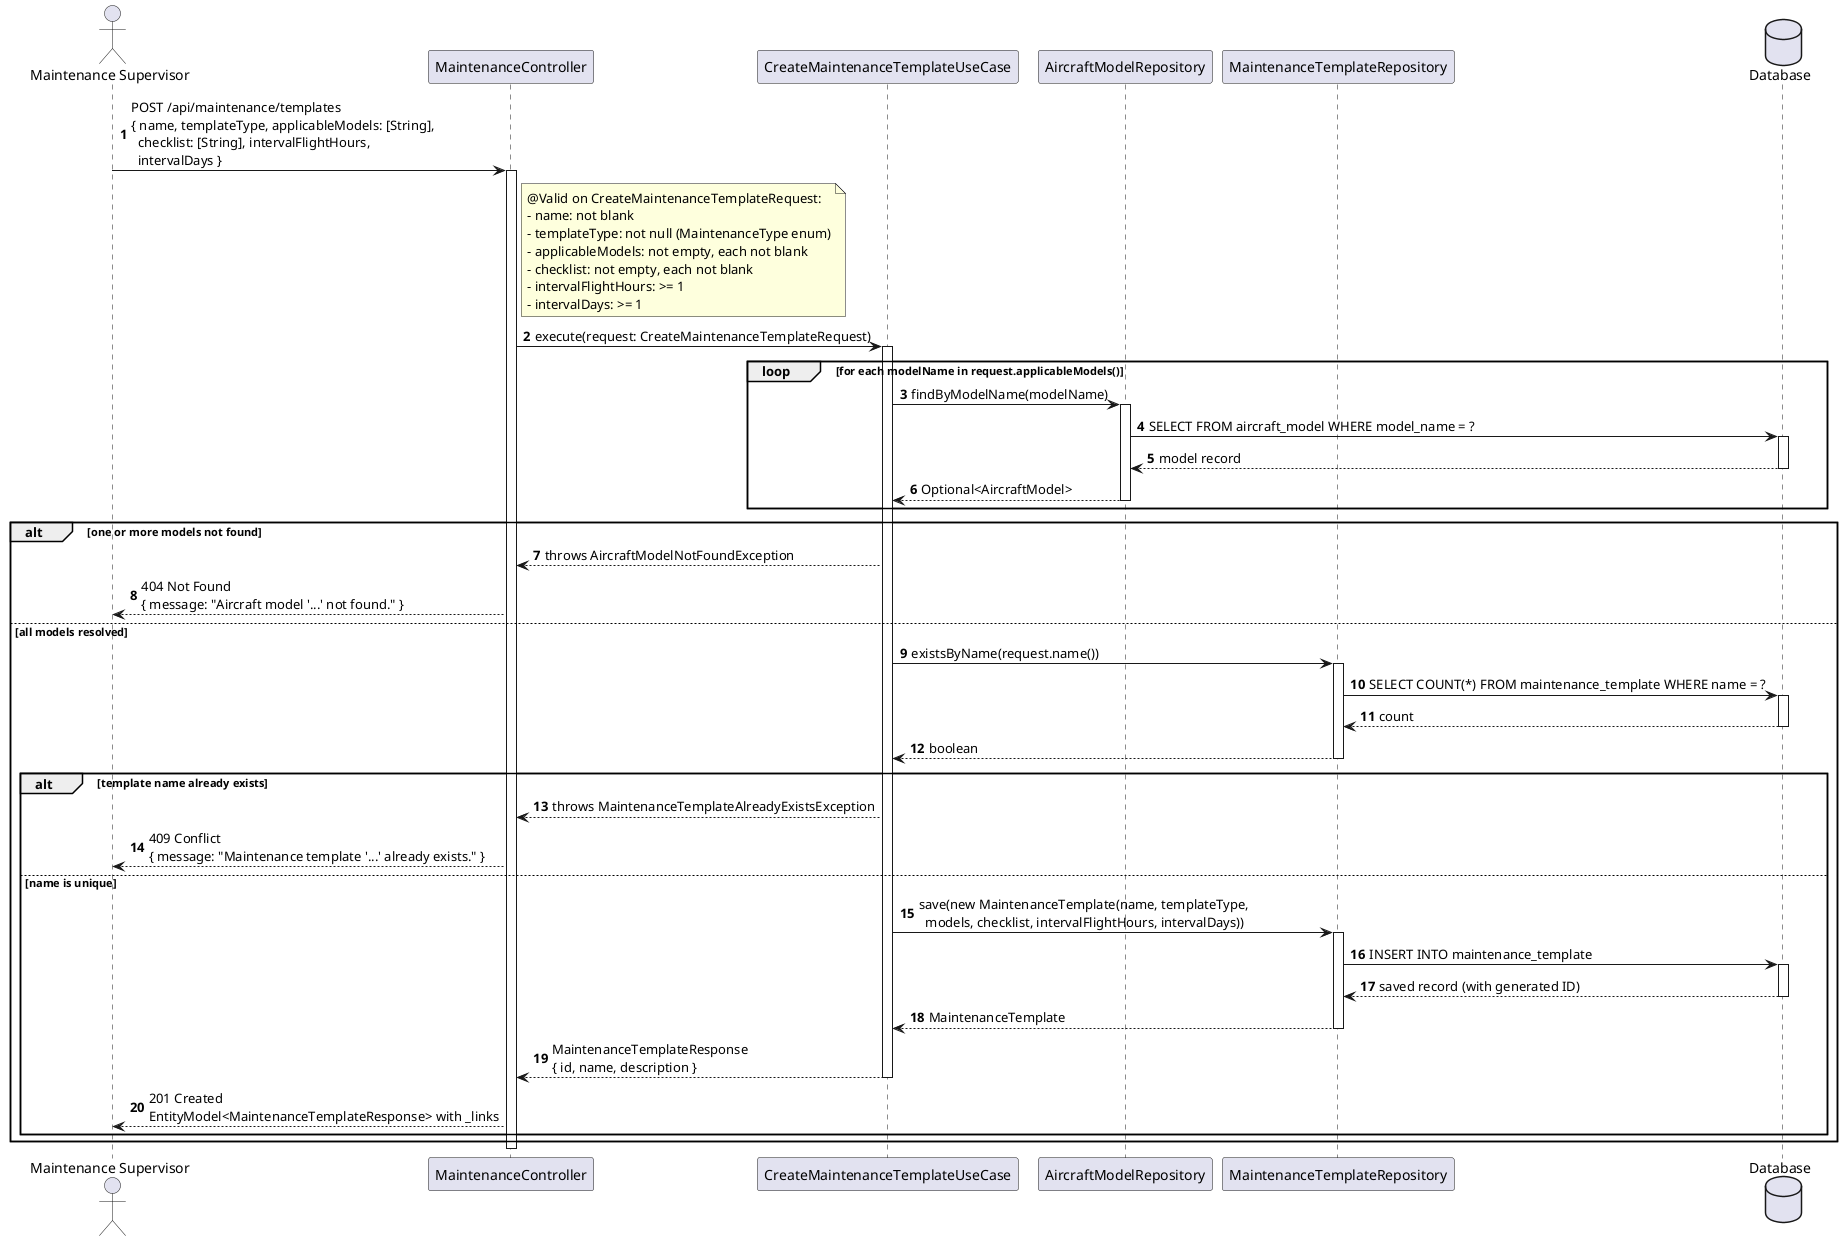
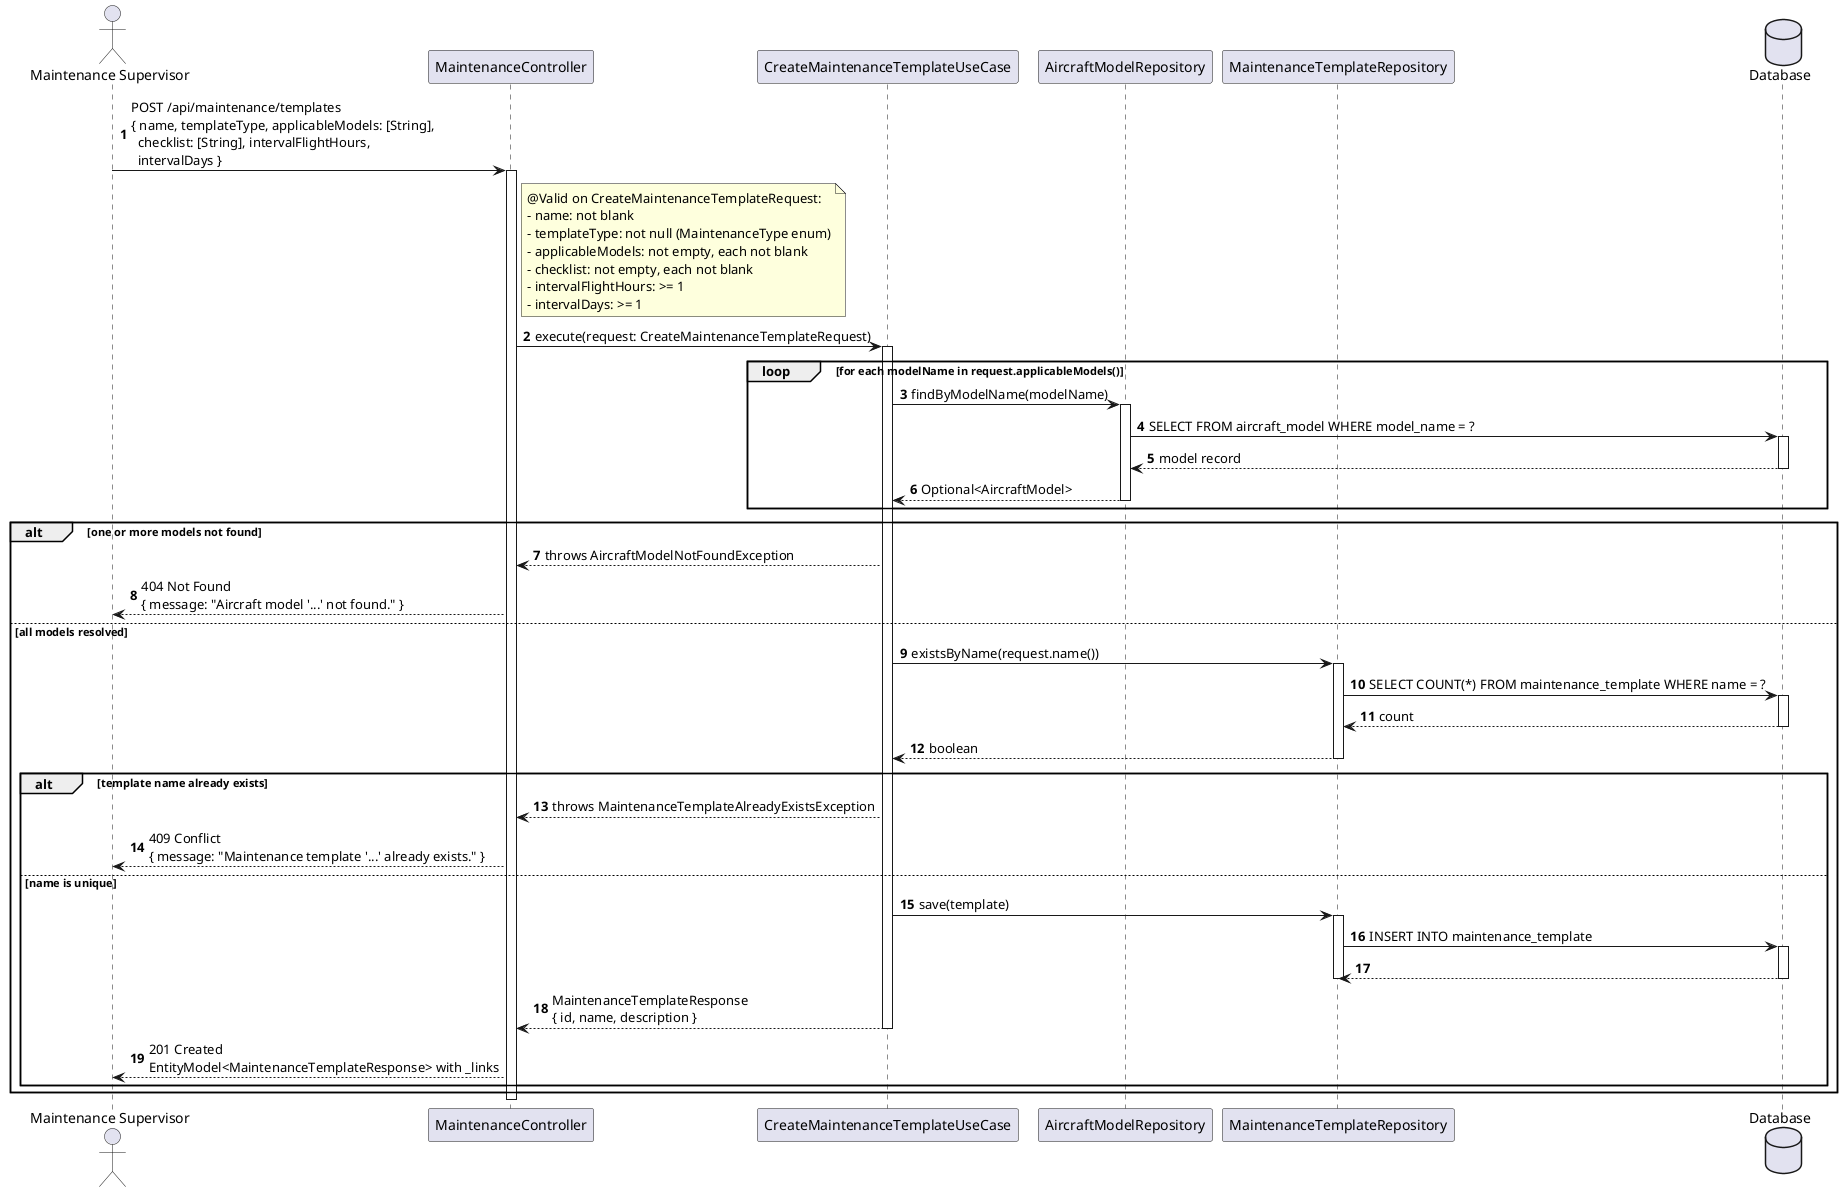
@startuml
autonumber
actor "Maintenance Supervisor" as MS
participant "MaintenanceController" as Ctrl
participant "CreateMaintenanceTemplateUseCase" as UC
participant "AircraftModelRepository" as ModelRepo
participant "MaintenanceTemplateRepository" as Repo
database "Database" as DB

MS -> Ctrl : POST /api/maintenance/templates\n{ name, templateType, applicableModels: [String],\n  checklist: [String], intervalFlightHours,\n  intervalDays }
activate Ctrl

note right of Ctrl
  @Valid on CreateMaintenanceTemplateRequest:
  - name: not blank
  - templateType: not null (MaintenanceType enum)
  - applicableModels: not empty, each not blank
  - checklist: not empty, each not blank
  - intervalFlightHours: >= 1
  - intervalDays: >= 1
end note

Ctrl -> UC : execute(request: CreateMaintenanceTemplateRequest)
activate UC

loop for each modelName in request.applicableModels()
  UC -> ModelRepo : findByModelName(modelName)
  activate ModelRepo
  ModelRepo -> DB : SELECT FROM aircraft_model WHERE model_name = ?
  activate DB
  DB --> ModelRepo : model record
  deactivate DB
  ModelRepo --> UC : Optional<AircraftModel>
  deactivate ModelRepo
end

alt one or more models not found
  UC --> Ctrl : throws AircraftModelNotFoundException
  Ctrl --> MS : 404 Not Found\n{ message: "Aircraft model '...' not found." }
else all models resolved
  UC -> Repo : existsByName(request.name())
  activate Repo
  Repo -> DB : SELECT COUNT(*) FROM maintenance_template WHERE name = ?
  activate DB
  DB --> Repo : count
  deactivate DB
  Repo --> UC : boolean
  deactivate Repo

  alt template name already exists
    UC --> Ctrl : throws MaintenanceTemplateAlreadyExistsException
    Ctrl --> MS : 409 Conflict\n{ message: "Maintenance template '...' already exists." }
  else name is unique
-     UC -> Repo : save(new MaintenanceTemplate(name, templateType,\n  models, checklist, intervalFlightHours, intervalDays))
+     UC -> Repo : save(template)
    activate Repo
    Repo -> DB : INSERT INTO maintenance_template
    activate DB
-     DB --> Repo : saved record (with generated ID)
+     DB --> Repo
    deactivate DB
-     Repo --> UC : MaintenanceTemplate
    deactivate Repo

    UC --> Ctrl : MaintenanceTemplateResponse\n{ id, name, description }
    deactivate UC
    Ctrl --> MS : 201 Created\nEntityModel<MaintenanceTemplateResponse> with _links
  end
end

deactivate Ctrl
@enduml
